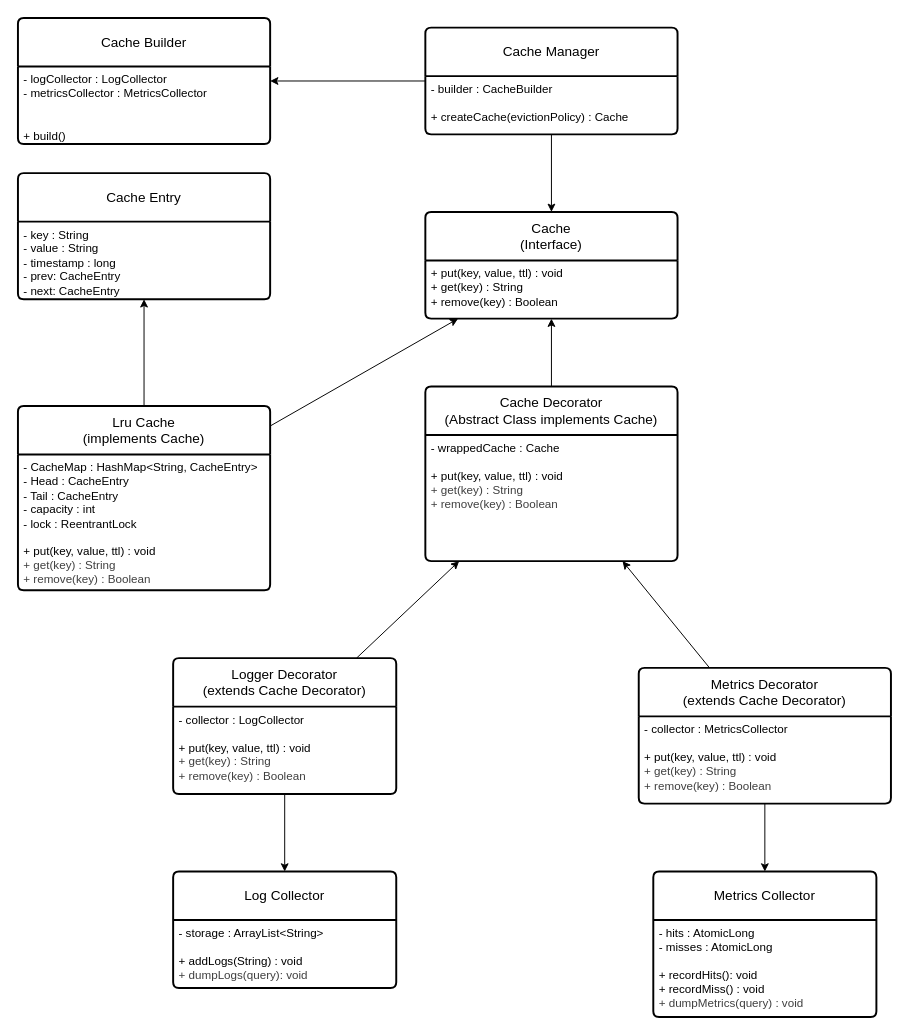
The draw.io diagram In-Memory Cache/class diagram.drawio in rajat844/LLD, before the edit. Source tidied: cells renumbered, new cells numbered last; positions are measured from the earlier drawing's top-left corner, leaving out a move shared by most shapes. Both pictures are drawn from the tidied source at 97%, with x=0, y=0 at pixel (17, 17).
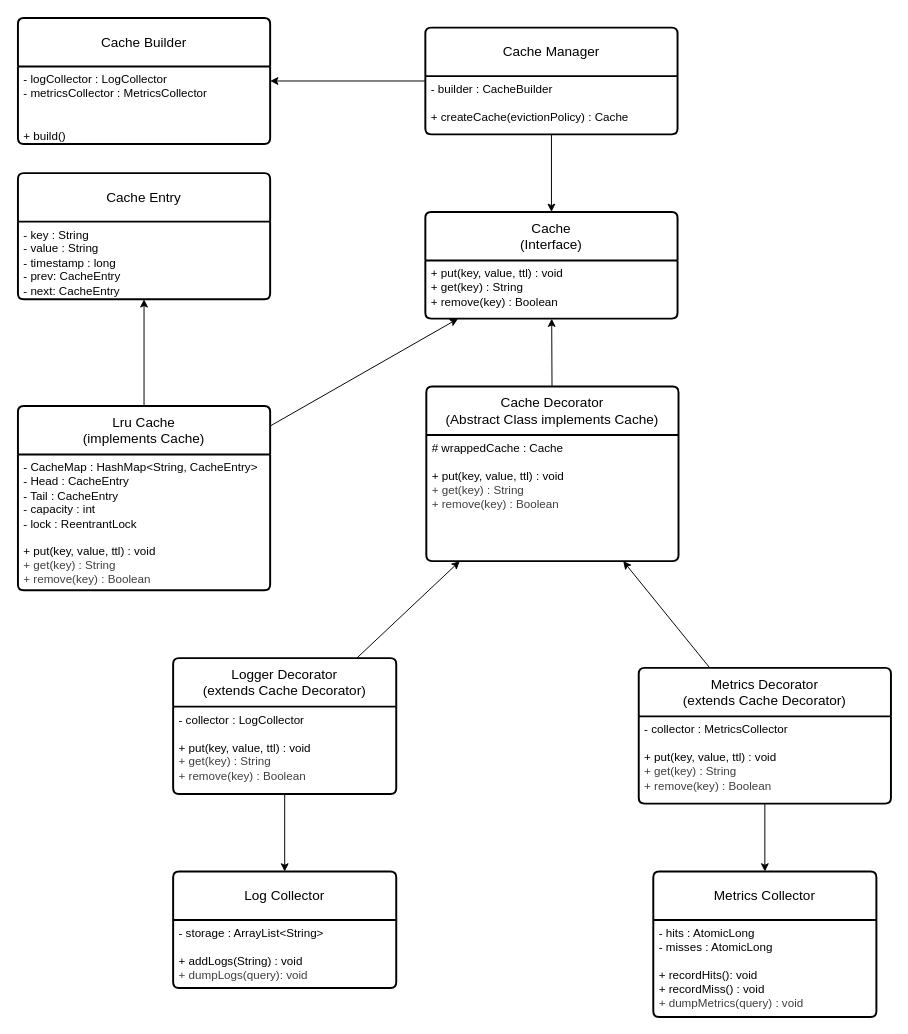
After the change.

Change to the diagram source:
```diff
@@
     <mxCell id="17" value="Cache Decorator&lt;br&gt;(Abstract Class implements Cache)" style="swimlane;horizontal=1;startSize=50;rounded=1;fontSize=14;fontStyle=0;strokeWidth=2;shadow=0;dashed=0;align=center;arcSize=4;whiteSpace=wrap;html=1;" parent="1" vertex="1">
-      <mxGeometry x="420" y="380" width="260" height="180" as="geometry" />
+      <mxGeometry x="421" y="380" width="260" height="180" as="geometry" />
     </mxCell>
-    <mxCell id="18" value="- wrappedCache : Cache&lt;br&gt;&lt;br&gt;&lt;span style=&quot;color: rgb(0, 0, 0);&quot;&gt;+ put(key, value, ttl) : void&lt;/span&gt;&lt;div style=&quot;color: rgb(63, 63, 63); scrollbar-color: rgba(168, 169, 170, 0.52) rgb(18, 19, 20);&quot;&gt;+ get(key) : String&lt;/div&gt;&lt;div style=&quot;color: rgb(63, 63, 63); scrollbar-color: rgba(168, 169, 170, 0.52) rgb(18, 19, 20);&quot;&gt;+ remove(key) : Boolean&lt;/div&gt;" style="align=left;strokeColor=none;fillColor=none;spacingLeft=4;spacingRight=4;fontSize=12;verticalAlign=top;html=1;whiteSpace=wrap;" parent="17" vertex="1">
+    <mxCell id="18" value="# wrappedCache : Cache&lt;br&gt;&lt;br&gt;&lt;span style=&quot;color: rgb(0, 0, 0);&quot;&gt;+ put(key, value, ttl) : void&lt;/span&gt;&lt;div style=&quot;color: rgb(63, 63, 63); scrollbar-color: rgba(168, 169, 170, 0.52) rgb(18, 19, 20);&quot;&gt;+ get(key) : String&lt;/div&gt;&lt;div style=&quot;color: rgb(63, 63, 63); scrollbar-color: rgba(168, 169, 170, 0.52) rgb(18, 19, 20);&quot;&gt;+ remove(key) : Boolean&lt;/div&gt;" style="align=left;strokeColor=none;fillColor=none;spacingLeft=4;spacingRight=4;fontSize=12;verticalAlign=top;html=1;whiteSpace=wrap;" parent="17" vertex="1">
       <mxGeometry y="50" width="260" height="130" as="geometry" />
     </mxCell>
```
